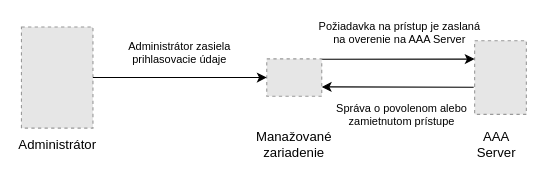
siorus/MasterThesis keeps this draw.io diagram as thesis/obrazky/AAA.drawio. Above is the earlier version. Source tidied: cells renumbered, new cells numbered last; positions are measured from the earlier drawing's top-left corner, leaving out a move shared by most shapes. Both pictures are drawn from the tidied source at 110%, with x=0, y=0 at pixel (21, 21). Pictures stored in the file or linked from it are replaced by grey dashed boxes.
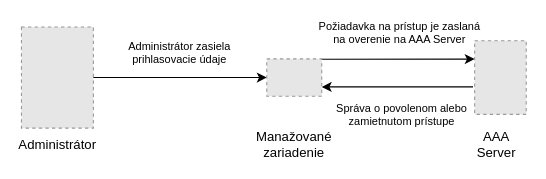
After the change.

The edit, as a diff of the source:
```diff
@@
 <mxGraphModel>
   <root>
     <mxCell id="0" />
     <mxCell id="1" parent="0" />
-    <mxCell id="2" style="fillColor=#E6E6E6;strokeColor=#999999;dashed=1;verticalLabelPosition=bottom;labelBackgroundColor=#ffffff;verticalAlign=top;" parent="1" vertex="1">
-      <mxGeometry x="223" y="34" width="50" height="34" as="geometry" />
-    </mxCell>
-    <mxCell id="3" style="fillColor=#E6E6E6;strokeColor=#999999;dashed=1;verticalLabelPosition=bottom;labelBackgroundColor=#ffffff;verticalAlign=top;" parent="1" vertex="1">
-      <mxGeometry x="412" y="17.5" width="47" height="67" as="geometry" />
-    </mxCell>
-    <mxCell id="4" style="fillColor=#E6E6E6;strokeColor=#999999;dashed=1;verticalLabelPosition=bottom;labelBackgroundColor=#ffffff;verticalAlign=top;" parent="1" vertex="1">
-      <mxGeometry y="5" width="65" height="92" as="geometry" />
-    </mxCell>
-    <mxCell id="5" style="endArrow=classic;html=1;entryX=0;entryY=0.5;entryDx=0;entryDy=0;" parent="1" edge="1" source="4" target="2">
-      <mxGeometry relative="1" as="geometry" />
+    <mxCell id="5" style="endArrow=classic;html=1;entryX=0;entryY=0.5;entryDx=0;entryDy=0;" parent="1" edge="1" target="15">
+      <mxGeometry relative="1" as="geometry">
+        <mxPoint x="65" y="51" as="sourcePoint" />
+      </mxGeometry>
     </mxCell>
-    <mxCell id="6" style="endArrow=classic;html=1;entryX=0;entryY=0.25;entryDx=0;entryDy=0;exitX=1.008;exitY=0.012;exitDx=0;exitDy=0;exitPerimeter=0;" parent="1" edge="1" source="2" target="3">
+    <mxCell id="6" style="endArrow=classic;html=1;entryX=0;entryY=0.25;entryDx=0;entryDy=0;exitX=0.987;exitY=0.01;exitDx=0;exitDy=0;exitPerimeter=0;" parent="1" edge="1" source="15" target="16">
       <mxGeometry relative="1" as="geometry" />
     </mxCell>
-    <mxCell id="7" style="endArrow=classic;html=1;exitX=-0.019;exitY=0.631;exitDx=0;exitDy=0;exitPerimeter=0;entryX=1;entryY=0.75;entryDx=0;entryDy=0;" parent="1" edge="1" source="3" target="2">
+    <mxCell id="7" style="endArrow=classic;html=1;exitX=-0.032;exitY=0.626;exitDx=0;exitDy=0;exitPerimeter=0;entryX=1;entryY=0.75;entryDx=0;entryDy=0;" parent="1" edge="1" source="16" target="15">
       <mxGeometry relative="1" as="geometry" />
     </mxCell>
     <mxCell id="8" value="Administrátor" style="text;html=1;strokeColor=none;fillColor=none;align=center;verticalAlign=middle;whiteSpace=wrap;rounded=0;fontFamily=Vafle VUT;" parent="1" vertex="1">
       <mxGeometry x="12.5" y="102" width="40" height="20" as="geometry" />
     </mxCell>
     <mxCell id="9" value="&lt;div&gt;&lt;span&gt;Manažované&lt;/span&gt;&lt;/div&gt;&lt;div&gt;&lt;span&gt;zariadenie&lt;/span&gt;&lt;/div&gt;" style="text;html=1;strokeColor=none;fillColor=none;align=center;verticalAlign=middle;whiteSpace=wrap;rounded=0;fontFamily=Vafle VUT;" parent="1" vertex="1">
       <mxGeometry x="228" y="102" width="40" height="20" as="geometry" />
     </mxCell>
     <mxCell id="10" value="AAA Server" style="text;html=1;strokeColor=none;fillColor=none;align=center;verticalAlign=middle;whiteSpace=wrap;rounded=0;fontFamily=Vafle VUT;" parent="1" vertex="1">
       <mxGeometry x="412" y="102" width="40" height="20" as="geometry" />
     </mxCell>
     <mxCell id="11" value="&lt;font style=&quot;font-size: 10px;&quot;&gt;Administrátor zasiela prihlasovacie údaje&lt;/font&gt;" style="text;html=1;strokeColor=none;fillColor=none;align=center;verticalAlign=middle;whiteSpace=wrap;rounded=0;fontFamily=Vafle VUT;fontSize=10;" parent="1" vertex="1">
       <mxGeometry x="68" y="17.5" width="152" height="20" as="geometry" />
     </mxCell>
     <mxCell id="12" value="&lt;font style=&quot;font-size: 10px;&quot;&gt;Požiadavka na prístup je zaslaná na overenie na AAA Server&lt;/font&gt;" style="text;html=1;strokeColor=none;fillColor=none;align=center;verticalAlign=middle;whiteSpace=wrap;rounded=0;fontFamily=Vafle VUT;fontSize=10;" parent="1" vertex="1">
       <mxGeometry x="268" y="-0.5" width="152" height="20" as="geometry" />
     </mxCell>
     <mxCell id="13" value="&lt;font style=&quot;font-size: 10px;&quot;&gt;Správa o povolenom alebo zamietnutom prístupe&lt;/font&gt;" style="text;html=1;strokeColor=none;fillColor=none;align=center;verticalAlign=middle;whiteSpace=wrap;rounded=0;fontFamily=Vafle VUT;fontSize=10;" parent="1" vertex="1">
       <mxGeometry x="280" y="75" width="132" height="20" as="geometry" />
     </mxCell>
+    <mxCell id="14" style="fillColor=#E6E6E6;strokeColor=#999999;dashed=1;" parent="1" vertex="1">
+      <mxGeometry y="5" width="65.4" height="92" as="geometry" />
+    </mxCell>
+    <mxCell id="15" style="fillColor=#E6E6E6;strokeColor=#999999;dashed=1;" parent="1" vertex="1">
+      <mxGeometry x="223" y="34" width="50" height="34" as="geometry" />
+    </mxCell>
+    <mxCell id="16" style="fillColor=#E6E6E6;strokeColor=#999999;dashed=1;" parent="1" vertex="1">
+      <mxGeometry x="412" y="17.5" width="46.9" height="67" as="geometry" />
+    </mxCell>
   </root>
 </mxGraphModel>
```
